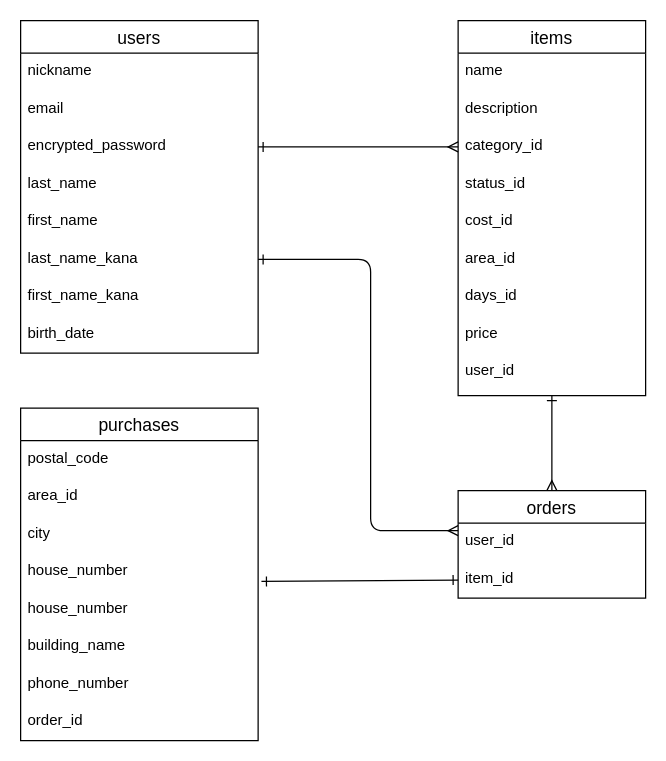
Above: furima.dio in sfsf700/furima-38227 (draw.io), before the change. Source tidied: cells renumbered, new cells numbered last; positions are measured from the earlier drawing's top-left corner, leaving out a move shared by most shapes. Both pictures are drawn from the tidied source at 125%, with x=0, y=0 at pixel (20, 20).
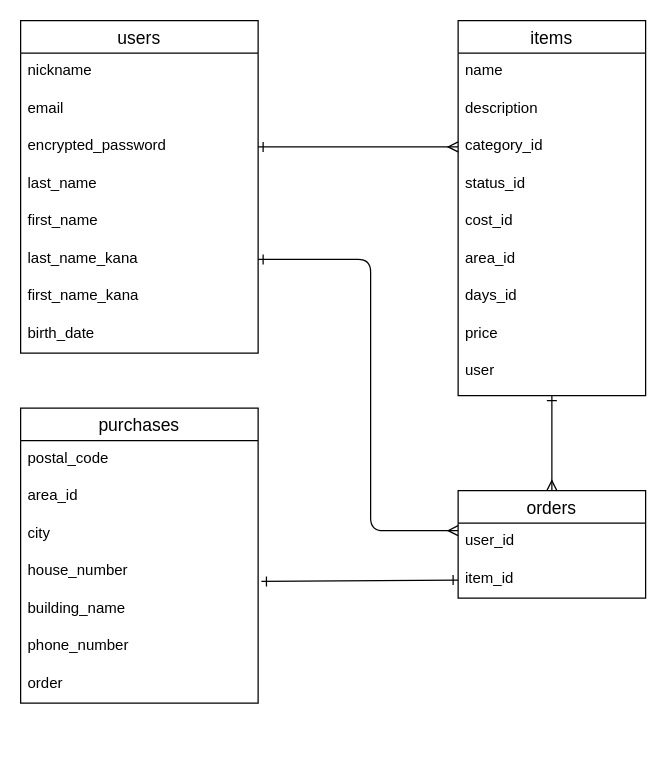
After the change.

Commit message:
データベース設計の修正#6

The change refers to these unchanged cells:
```xml
<mxCell id="3" value="items" style="swimlane;fontStyle=0;horizontal=1;startSize=26;align=center;fontSize=14;" parent="1" vertex="1">
  <mxGeometry x="350" width="150" height="300" as="geometry" />
</mxCell>
```

Change to the diagram source:
```diff
@@
-    <mxCell id="12" value="user_id" style="text;strokeColor=none;fillColor=none;spacingLeft=4;spacingRight=4;overflow=hidden;fontSize=12;" parent="3" vertex="1">
+    <mxCell id="12" value="user" style="text;strokeColor=none;fillColor=none;spacingLeft=4;spacingRight=4;overflow=hidden;fontSize=12;" parent="3" vertex="1">
       <mxGeometry y="266" width="150" height="34" as="geometry" />
     </mxCell>
@@
     <mxCell id="23" value="purchases" style="swimlane;fontStyle=0;horizontal=1;startSize=26;align=center;fontSize=14;" parent="1" vertex="1">
-      <mxGeometry y="310" width="190" height="266" as="geometry" />
+      <mxGeometry y="310" width="190" height="236" as="geometry" />
     </mxCell>
@@
-    <mxCell id="28" value="house_number" style="text;strokeColor=none;fillColor=none;spacingLeft=4;spacingRight=4;overflow=hidden;fontSize=12;" parent="23" vertex="1">
-      <mxGeometry y="146" width="190" height="30" as="geometry" />
-    </mxCell>
     <mxCell id="29" value="building_name" style="text;strokeColor=none;fillColor=none;spacingLeft=4;spacingRight=4;overflow=hidden;fontSize=12;" parent="23" vertex="1">
-      <mxGeometry y="176" width="190" height="30" as="geometry" />
+      <mxGeometry y="146" width="190" height="30" as="geometry" />
     </mxCell>
     <mxCell id="30" value="phone_number" style="text;strokeColor=none;fillColor=none;spacingLeft=4;spacingRight=4;overflow=hidden;fontSize=12;" parent="23" vertex="1">
-      <mxGeometry y="206" width="190" height="30" as="geometry" />
+      <mxGeometry y="176" width="190" height="30" as="geometry" />
     </mxCell>
-    <mxCell id="31" value="order_id" style="text;strokeColor=none;fillColor=none;spacingLeft=4;spacingRight=4;overflow=hidden;fontSize=12;" parent="23" vertex="1">
-      <mxGeometry y="236" width="190" height="30" as="geometry" />
+    <mxCell id="31" value="order" style="text;strokeColor=none;fillColor=none;spacingLeft=4;spacingRight=4;overflow=hidden;fontSize=12;" parent="23" vertex="1">
+      <mxGeometry y="206" width="190" height="30" as="geometry" />
     </mxCell>
```
